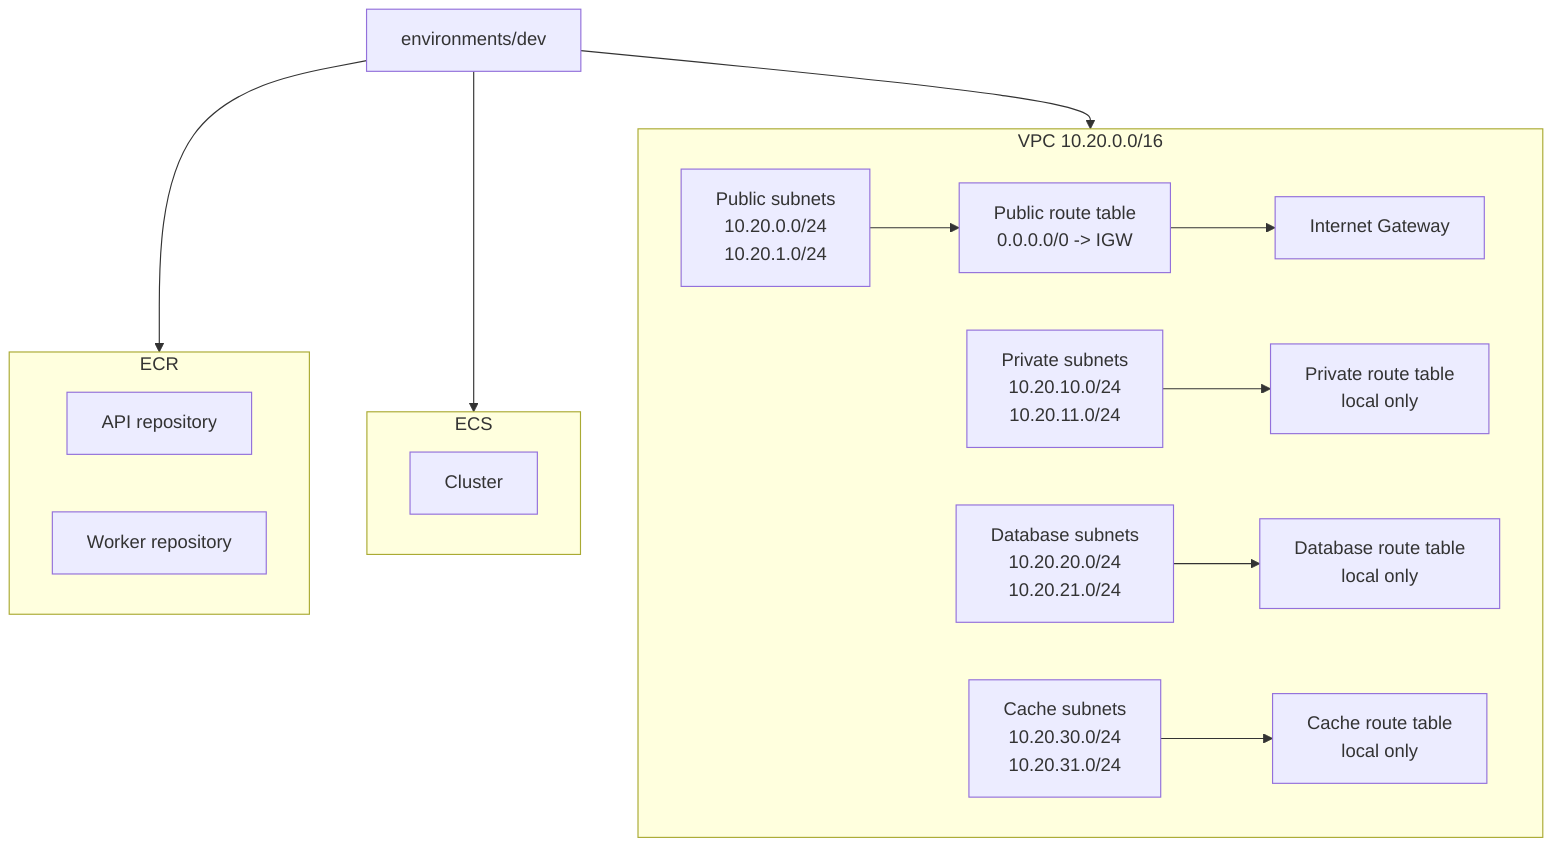
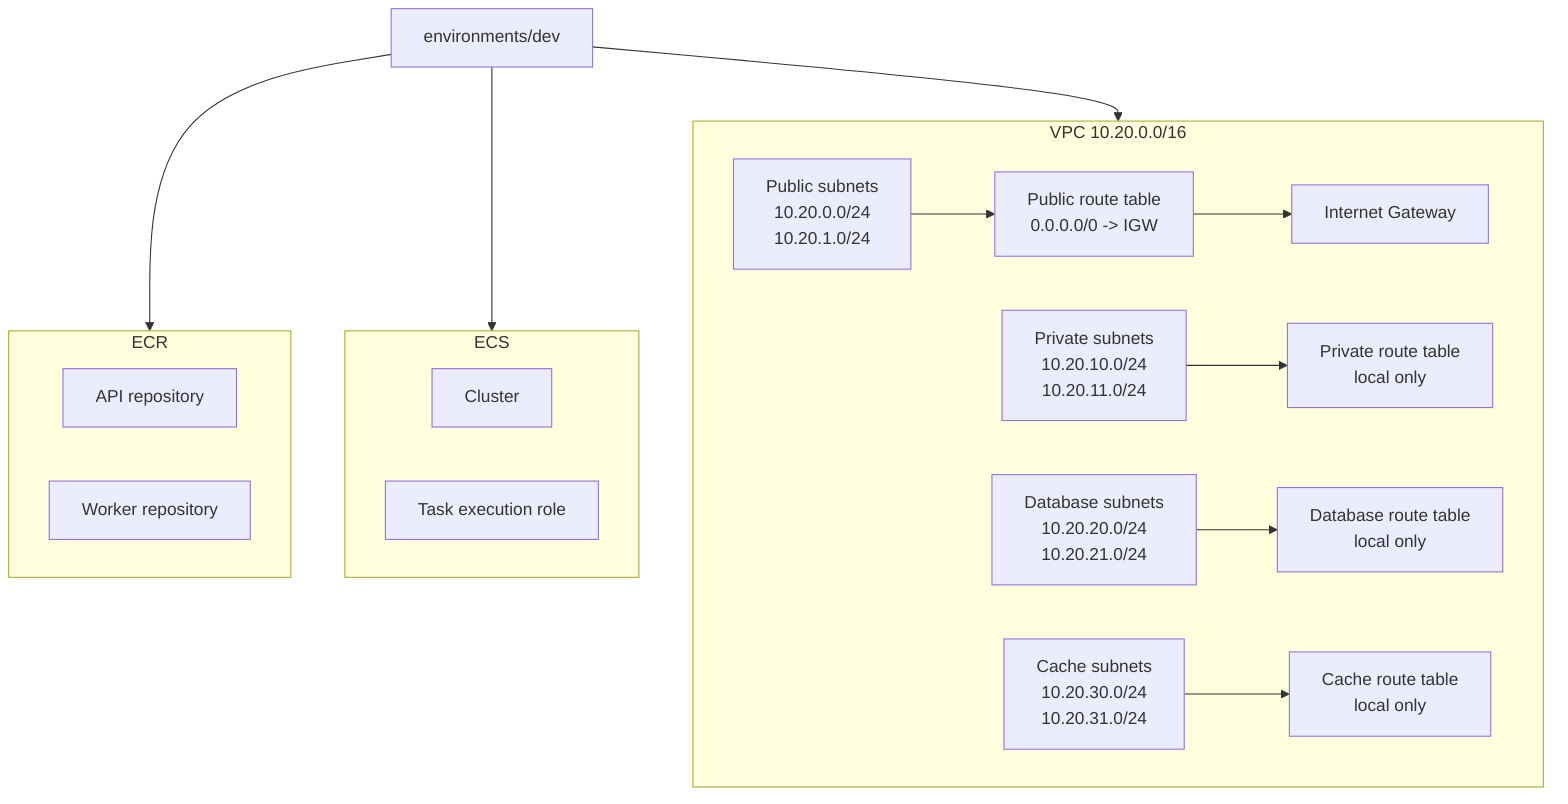
flowchart TB
  root["environments/dev"]

  subgraph ecr["ECR"]
    api_repo["API repository"]
    worker_repo["Worker repository"]
  end

  subgraph ecs["ECS"]
    cluster["Cluster"]
+     task_execution_role["Task execution role"]
  end

  subgraph vpc["VPC 10.20.0.0/16"]
    igw["Internet Gateway"]

    public["Public subnets\n10.20.0.0/24\n10.20.1.0/24"]
    private["Private subnets\n10.20.10.0/24\n10.20.11.0/24"]
    database["Database subnets\n10.20.20.0/24\n10.20.21.0/24"]
    cache["Cache subnets\n10.20.30.0/24\n10.20.31.0/24"]

    public_rt["Public route table\n0.0.0.0/0 -> IGW"]
    private_rt["Private route table\nlocal only"]
    database_rt["Database route table\nlocal only"]
    cache_rt["Cache route table\nlocal only"]
  end

  root --> ecr
  root --> ecs
  root --> vpc
  public --> public_rt
  public_rt --> igw
  private --> private_rt
  database --> database_rt
  cache --> cache_rt
